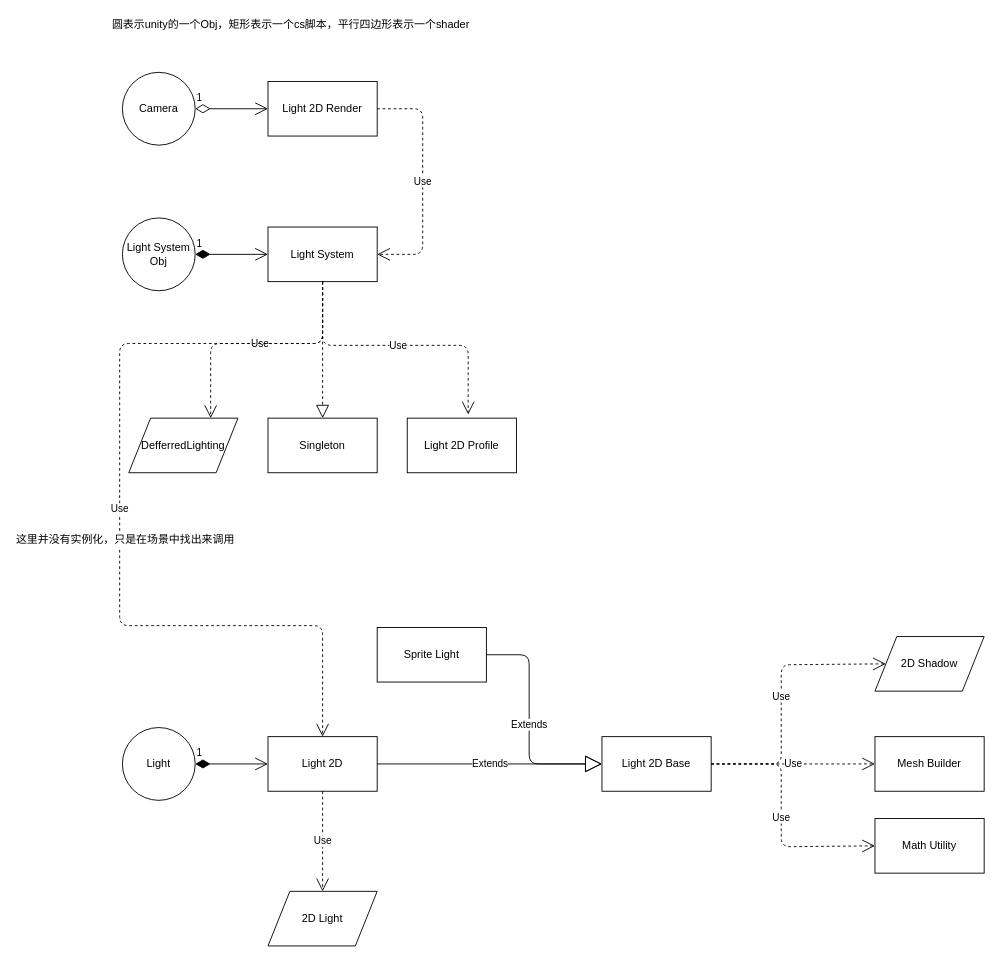
Earlier version of the draw.io diagram 2DLight.drawio (gatzai/DrawioStorage). Source tidied: cells renumbered, new cells numbered last; positions are measured from the earlier drawing's top-left corner, leaving out a move shared by most shapes. Both pictures are drawn from the tidied source at 91%, with x=0, y=0 at pixel (110, 15).
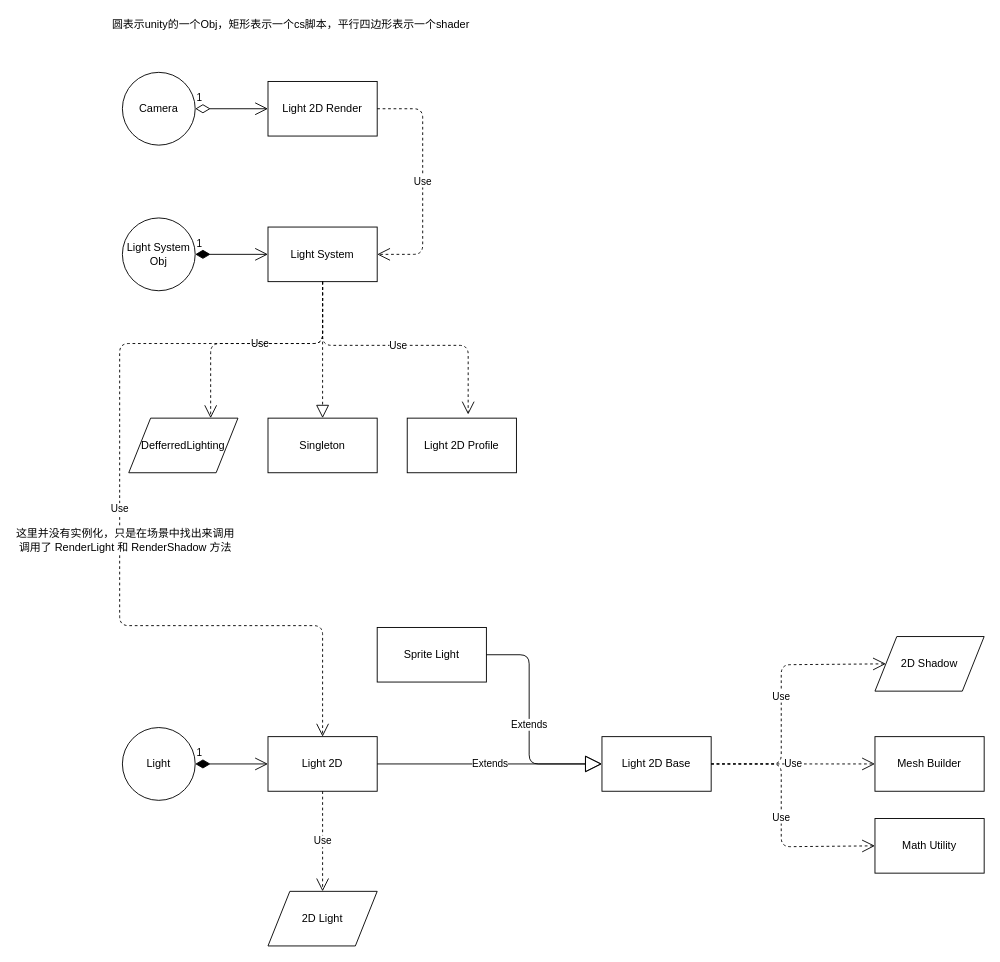
After the change.

Unchanged cells that the change refers to:
```xml
<mxCell id="31" value="Use" style="endArrow=open;endSize=12;dashed=1;html=1;entryX=0.5;entryY=0;entryDx=0;entryDy=0;exitX=0.5;exitY=1;exitDx=0;exitDy=0;" parent="1" edge="1" source="4" target="3">
  <mxGeometry relative="1" as="geometry">
    <Array as="points">
      <mxPoint x="233" y="360" />
      <mxPoint x="10" y="360" />
      <mxPoint x="10" y="670" />
      <mxPoint x="233" y="670" />
    </Array>
  </mxGeometry>
</mxCell>
```

Change to the diagram source:
```diff
@@
-    <mxCell id="32" value="这里并没有实例化，只是在场景中找出来调用" style="text;html=1;align=center;verticalAlign=middle;labelBackgroundColor=#ffffff;" parent="31" vertex="1">
-      <mxGeometry x="0.07" y="5" relative="1" as="geometry" />
-    </mxCell>
+    <mxCell id="33" value="这里并没有实例化，只是在场景中找出来调用&lt;br&gt;调用了&amp;nbsp;RenderLight 和&amp;nbsp;RenderShadow 方法&lt;br&gt;" style="text;html=1;align=center;verticalAlign=middle;labelBackgroundColor=#ffffff;" parent="31" vertex="1">
+      <mxGeometry x="0.07" y="5" relative="1" as="geometry" />
+    </mxCell>
```
